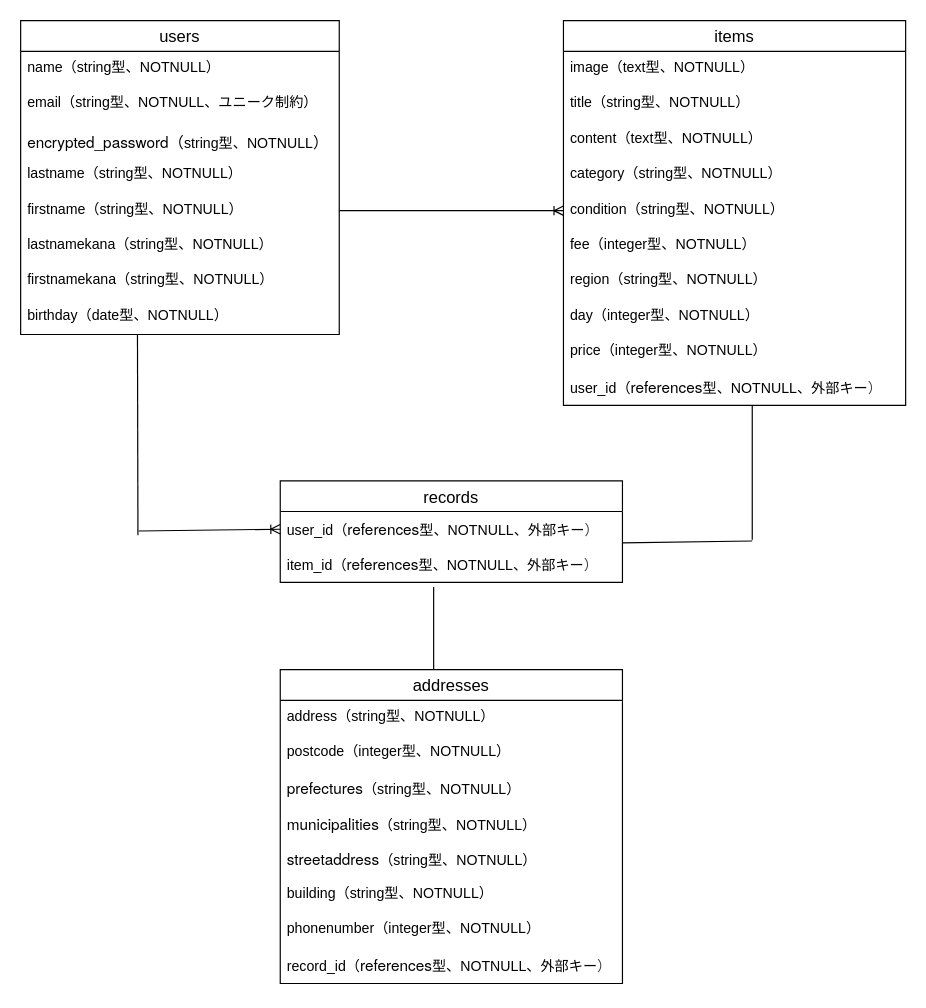
Earlier version of the draw.io diagram database.dio (ibukiku0309/furima-46343). Source tidied: cells renumbered, new cells numbered last; positions are measured from the earlier drawing's top-left corner, leaving out a move shared by most shapes. Both pictures are drawn from the tidied source at 118%, with x=0, y=0 at pixel (20, 20).
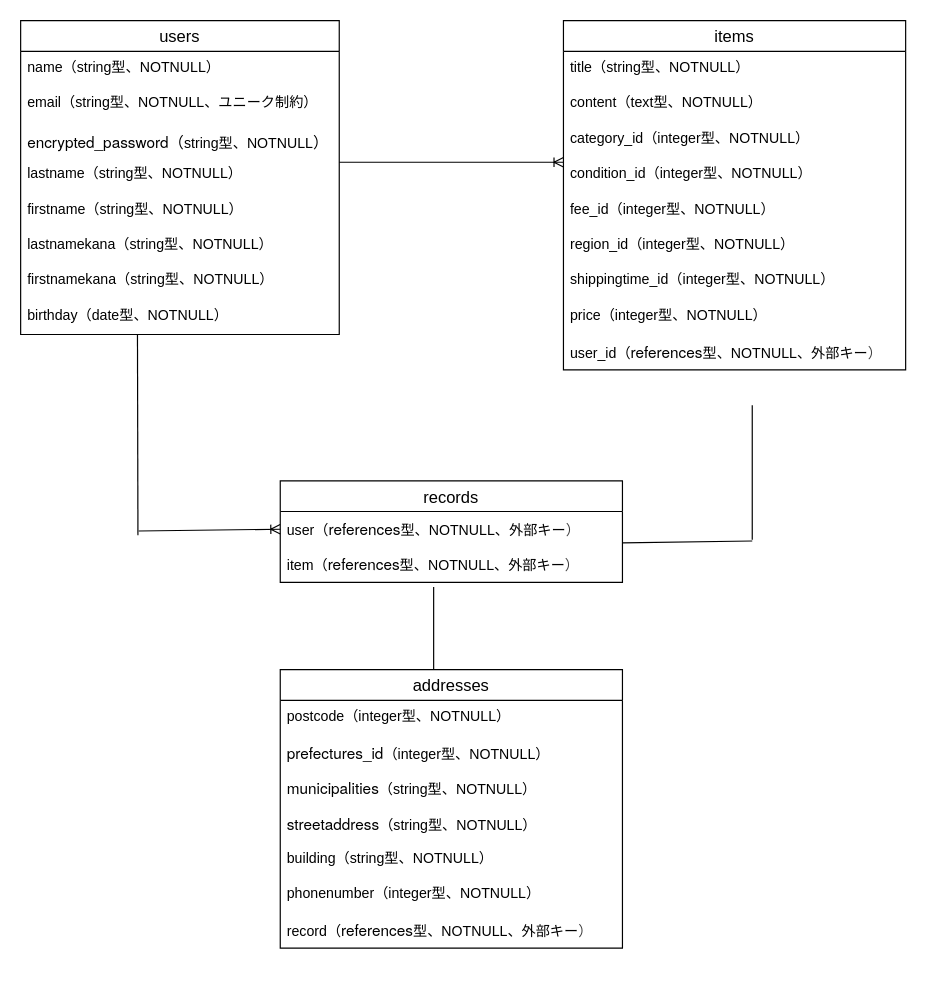
The same diagram, later.

Unchanged cells that the change refers to:
```xml
<mxCell id="7" value="firstname（&lt;span style=&quot;color: rgb(0, 0, 0);&quot;&gt;string型、NOTNULL&lt;/span&gt;）" style="text;strokeColor=none;fillColor=none;spacingLeft=4;spacingRight=4;overflow=hidden;points=[[0,0.5],[1,0.5]];portConstraint=eastwest;fontSize=12;whiteSpace=wrap;html=1;" parent="2" vertex="1">
  <mxGeometry y="146" width="270" height="30" as="geometry" />
</mxCell>
<mxCell id="22" value="records" style="swimlane;fontStyle=0;horizontal=1;startSize=26;align=center;fontSize=14;" parent="1" vertex="1">
  <mxGeometry x="220" y="390" width="290" height="86" as="geometry" />
</mxCell>
```

Diff of the diagram source:
```diff
@@
     <mxCell id="11" value="items" style="swimlane;fontStyle=0;horizontal=1;startSize=26;align=center;fontSize=14;" parent="1" vertex="1">
-      <mxGeometry x="460" width="290" height="326" as="geometry" />
+      <mxGeometry x="460" width="290" height="296" as="geometry" />
     </mxCell>
-    <mxCell id="12" value="image（text型&lt;span style=&quot;color: rgb(0, 0, 0);&quot;&gt;、NOTNULL&lt;/span&gt;）" style="text;strokeColor=none;fillColor=none;spacingLeft=4;spacingRight=4;overflow=hidden;fontSize=12;whiteSpace=wrap;html=1;" parent="11" vertex="1">
-      <mxGeometry y="26" width="290" height="30" as="geometry" />
-    </mxCell>
     <mxCell id="13" value="title（&lt;span style=&quot;color: rgb(0, 0, 0);&quot;&gt;string型、NOTNULL&lt;/span&gt;）" style="text;strokeColor=none;fillColor=none;spacingLeft=4;spacingRight=4;overflow=hidden;fontSize=12;whiteSpace=wrap;html=1;" parent="11" vertex="1">
-      <mxGeometry y="56" width="290" height="30" as="geometry" />
+      <mxGeometry y="26" width="290" height="30" as="geometry" />
     </mxCell>
     <mxCell id="14" value="content（&lt;span style=&quot;color: rgb(0, 0, 0);&quot;&gt;text型&lt;/span&gt;&lt;span style=&quot;scrollbar-color: rgb(226, 226, 226) rgb(251, 251, 251); color: rgb(0, 0, 0);&quot;&gt;、NOTNULL&lt;/span&gt;）" style="text;strokeColor=none;fillColor=none;spacingLeft=4;spacingRight=4;overflow=hidden;fontSize=12;whiteSpace=wrap;html=1;" parent="11" vertex="1">
-      <mxGeometry y="86" width="290" height="30" as="geometry" />
+      <mxGeometry y="56" width="290" height="30" as="geometry" />
     </mxCell>
-    <mxCell id="15" value="category（&lt;span style=&quot;color: rgb(0, 0, 0);&quot;&gt;string型、NOTNULL&lt;/span&gt;）" style="text;strokeColor=none;fillColor=none;spacingLeft=4;spacingRight=4;overflow=hidden;fontSize=12;whiteSpace=wrap;html=1;" parent="11" vertex="1">
-      <mxGeometry y="116" width="290" height="30" as="geometry" />
+    <mxCell id="15" value="category_id（&lt;span style=&quot;color: rgb(0, 0, 0);&quot;&gt;&lt;span style=&quot;color: rgb(0, 0, 0);&quot;&gt;integer&lt;/span&gt;&lt;span style=&quot;scrollbar-color: rgb(226, 226, 226) rgb(251, 251, 251); color: rgb(0, 0, 0);&quot;&gt;型&lt;/span&gt;、NOTNULL&lt;/span&gt;）" style="text;strokeColor=none;fillColor=none;spacingLeft=4;spacingRight=4;overflow=hidden;fontSize=12;whiteSpace=wrap;html=1;" parent="11" vertex="1">
+      <mxGeometry y="86" width="290" height="30" as="geometry" />
     </mxCell>
-    <mxCell id="16" value="condition（&lt;span style=&quot;color: rgb(0, 0, 0);&quot;&gt;string型、NOTNULL&lt;/span&gt;）" style="text;strokeColor=none;fillColor=none;spacingLeft=4;spacingRight=4;overflow=hidden;points=[[0,0.5],[1,0.5]];portConstraint=eastwest;fontSize=12;whiteSpace=wrap;html=1;" parent="11" vertex="1">
-      <mxGeometry y="146" width="290" height="30" as="geometry" />
+    <mxCell id="16" value="condition_id（&lt;span style=&quot;color: rgb(0, 0, 0);&quot;&gt;&lt;span style=&quot;color: rgb(0, 0, 0);&quot;&gt;integer&lt;/span&gt;&lt;span style=&quot;scrollbar-color: rgb(226, 226, 226) rgb(251, 251, 251); color: rgb(0, 0, 0);&quot;&gt;型&lt;/span&gt;、NOTNULL&lt;/span&gt;）" style="text;strokeColor=none;fillColor=none;spacingLeft=4;spacingRight=4;overflow=hidden;points=[[0,0.5],[1,0.5]];portConstraint=eastwest;fontSize=12;whiteSpace=wrap;html=1;" parent="11" vertex="1">
+      <mxGeometry y="116" width="290" height="30" as="geometry" />
     </mxCell>
-    <mxCell id="17" value="fee（integer&lt;span style=&quot;color: rgb(0, 0, 0);&quot;&gt;型、NOTNULL&lt;/span&gt;）" style="text;strokeColor=none;fillColor=none;spacingLeft=4;spacingRight=4;overflow=hidden;fontSize=12;whiteSpace=wrap;html=1;" parent="11" vertex="1">
-      <mxGeometry y="176" width="290" height="30" as="geometry" />
+    <mxCell id="17" value="fee_id（integer&lt;span style=&quot;color: rgb(0, 0, 0);&quot;&gt;型、NOTNULL&lt;/span&gt;）" style="text;strokeColor=none;fillColor=none;spacingLeft=4;spacingRight=4;overflow=hidden;fontSize=12;whiteSpace=wrap;html=1;" parent="11" vertex="1">
+      <mxGeometry y="146" width="290" height="30" as="geometry" />
     </mxCell>
-    <mxCell id="18" value="region（&lt;span style=&quot;color: rgb(0, 0, 0);&quot;&gt;string型、NOTNULL&lt;/span&gt;）" style="text;strokeColor=none;fillColor=none;spacingLeft=4;spacingRight=4;overflow=hidden;fontSize=12;whiteSpace=wrap;html=1;" parent="11" vertex="1">
-      <mxGeometry y="206" width="290" height="30" as="geometry" />
+    <mxCell id="18" value="region_id（&lt;span style=&quot;color: rgb(0, 0, 0);&quot;&gt;&lt;span style=&quot;color: rgb(0, 0, 0);&quot;&gt;integer&lt;/span&gt;&lt;span style=&quot;scrollbar-color: rgb(226, 226, 226) rgb(251, 251, 251); color: rgb(0, 0, 0);&quot;&gt;型&lt;/span&gt;、NOTNULL&lt;/span&gt;）" style="text;strokeColor=none;fillColor=none;spacingLeft=4;spacingRight=4;overflow=hidden;fontSize=12;whiteSpace=wrap;html=1;" parent="11" vertex="1">
+      <mxGeometry y="176" width="290" height="30" as="geometry" />
     </mxCell>
-    <mxCell id="19" value="day（integer&lt;span style=&quot;color: rgb(0, 0, 0);&quot;&gt;型、NOTNULL&lt;/span&gt;）" style="text;strokeColor=none;fillColor=none;spacingLeft=4;spacingRight=4;overflow=hidden;fontSize=12;whiteSpace=wrap;html=1;" parent="11" vertex="1">
-      <mxGeometry y="236" width="290" height="30" as="geometry" />
+    <mxCell id="19" value="shippingtime_id（&lt;span style=&quot;color: rgb(0, 0, 0);&quot;&gt;&lt;span style=&quot;color: rgb(0, 0, 0);&quot;&gt;integer&lt;/span&gt;&lt;span style=&quot;scrollbar-color: rgb(226, 226, 226) rgb(251, 251, 251); color: rgb(0, 0, 0);&quot;&gt;型&lt;/span&gt;、NOTNULL&lt;/span&gt;）" style="text;strokeColor=none;fillColor=none;spacingLeft=4;spacingRight=4;overflow=hidden;fontSize=12;whiteSpace=wrap;html=1;" parent="11" vertex="1">
+      <mxGeometry y="206" width="290" height="30" as="geometry" />
     </mxCell>
     <mxCell id="20" value="price（integer&lt;span style=&quot;color: rgb(0, 0, 0);&quot;&gt;型、NOTNULL&lt;/span&gt;）" style="text;strokeColor=none;fillColor=none;spacingLeft=4;spacingRight=4;overflow=hidden;fontSize=12;whiteSpace=wrap;html=1;" parent="11" vertex="1">
-      <mxGeometry y="266" width="290" height="30" as="geometry" />
+      <mxGeometry y="236" width="290" height="30" as="geometry" />
     </mxCell>
     <mxCell id="21" value="user_id（&lt;span style=&quot;color: rgb(0, 0, 0); font-family: &amp;quot;Helvetica Neue&amp;quot;; font-size: 13px; background-color: transparent;&quot;&gt;references&lt;/span&gt;&lt;span style=&quot;background-color: transparent; color: rgb(0, 0, 0);&quot;&gt;型、NOTNULL、外部キー&lt;/span&gt;&lt;span style=&quot;background-color: transparent; color: rgb(63, 63, 63);&quot;&gt;）&lt;/span&gt;" style="text;strokeColor=none;fillColor=none;spacingLeft=4;spacingRight=4;overflow=hidden;fontSize=12;whiteSpace=wrap;html=1;" parent="11" vertex="1">
-      <mxGeometry y="296" width="290" height="30" as="geometry" />
+      <mxGeometry y="266" width="290" height="30" as="geometry" />
     </mxCell>
@@
-    <mxCell id="23" value="&lt;span style=&quot;color: rgb(0, 0, 0);&quot;&gt;user_id（&lt;/span&gt;&lt;span style=&quot;scrollbar-color: rgb(226, 226, 226) rgb(251, 251, 251); background-color: transparent; font-family: &amp;quot;Helvetica Neue&amp;quot;; font-size: 13px; color: rgb(0, 0, 0);&quot;&gt;references&lt;/span&gt;&lt;span style=&quot;scrollbar-color: rgb(226, 226, 226) rgb(251, 251, 251); background-color: transparent; color: rgb(0, 0, 0);&quot;&gt;型、NOTNULL、外部キー&lt;/span&gt;&lt;span style=&quot;scrollbar-color: rgb(226, 226, 226) rgb(251, 251, 251); background-color: transparent; color: rgb(63, 63, 63);&quot;&gt;）&lt;/span&gt;" style="text;strokeColor=none;fillColor=none;spacingLeft=4;spacingRight=4;overflow=hidden;points=[[0,0.5],[1,0.5]];portConstraint=eastwest;fontSize=12;whiteSpace=wrap;html=1;" parent="22" vertex="1">
+    <mxCell id="23" value="&lt;span style=&quot;color: rgb(0, 0, 0);&quot;&gt;user（&lt;/span&gt;&lt;span style=&quot;scrollbar-color: rgb(226, 226, 226) rgb(251, 251, 251); background-color: transparent; font-family: &amp;quot;Helvetica Neue&amp;quot;; font-size: 13px; color: rgb(0, 0, 0);&quot;&gt;references&lt;/span&gt;&lt;span style=&quot;scrollbar-color: rgb(226, 226, 226) rgb(251, 251, 251); background-color: transparent; color: rgb(0, 0, 0);&quot;&gt;型、NOTNULL、外部キー&lt;/span&gt;&lt;span style=&quot;scrollbar-color: rgb(226, 226, 226) rgb(251, 251, 251); background-color: transparent; color: rgb(63, 63, 63);&quot;&gt;）&lt;/span&gt;" style="text;strokeColor=none;fillColor=none;spacingLeft=4;spacingRight=4;overflow=hidden;points=[[0,0.5],[1,0.5]];portConstraint=eastwest;fontSize=12;whiteSpace=wrap;html=1;" parent="22" vertex="1">
       <mxGeometry y="26" width="290" height="30" as="geometry" />
     </mxCell>
-    <mxCell id="24" value="&lt;span style=&quot;color: rgb(0, 0, 0);&quot;&gt;item_id（&lt;/span&gt;&lt;span style=&quot;scrollbar-color: rgb(226, 226, 226) rgb(251, 251, 251); background-color: transparent; font-family: &amp;quot;Helvetica Neue&amp;quot;; font-size: 13px; color: rgb(0, 0, 0);&quot;&gt;references&lt;/span&gt;&lt;span style=&quot;scrollbar-color: rgb(226, 226, 226) rgb(251, 251, 251); background-color: transparent; color: rgb(0, 0, 0);&quot;&gt;型、NOTNULL、外部キー&lt;/span&gt;&lt;span style=&quot;scrollbar-color: rgb(226, 226, 226) rgb(251, 251, 251); background-color: transparent; color: rgb(63, 63, 63);&quot;&gt;）&lt;/span&gt;" style="text;strokeColor=none;fillColor=none;spacingLeft=4;spacingRight=4;overflow=hidden;fontSize=12;whiteSpace=wrap;html=1;" parent="22" vertex="1">
+    <mxCell id="24" value="&lt;span style=&quot;color: rgb(0, 0, 0);&quot;&gt;item（&lt;/span&gt;&lt;span style=&quot;scrollbar-color: rgb(226, 226, 226) rgb(251, 251, 251); background-color: transparent; font-family: &amp;quot;Helvetica Neue&amp;quot;; font-size: 13px; color: rgb(0, 0, 0);&quot;&gt;references&lt;/span&gt;&lt;span style=&quot;scrollbar-color: rgb(226, 226, 226) rgb(251, 251, 251); background-color: transparent; color: rgb(0, 0, 0);&quot;&gt;型、NOTNULL、外部キー&lt;/span&gt;&lt;span style=&quot;scrollbar-color: rgb(226, 226, 226) rgb(251, 251, 251); background-color: transparent; color: rgb(63, 63, 63);&quot;&gt;）&lt;/span&gt;" style="text;strokeColor=none;fillColor=none;spacingLeft=4;spacingRight=4;overflow=hidden;fontSize=12;whiteSpace=wrap;html=1;" parent="22" vertex="1">
       <mxGeometry y="56" width="290" height="30" as="geometry" />
     </mxCell>
     <mxCell id="25" value="addresses" style="swimlane;fontStyle=0;horizontal=1;startSize=26;align=center;fontSize=14;" parent="1" vertex="1">
-      <mxGeometry x="220" y="550" width="290" height="266" as="geometry" />
+      <mxGeometry x="220" y="550" width="290" height="236" as="geometry" />
     </mxCell>
-    <mxCell id="26" value="&lt;span style=&quot;color: rgb(0, 0, 0);&quot;&gt;address（&lt;/span&gt;&lt;span style=&quot;scrollbar-color: rgb(226, 226, 226) rgb(251, 251, 251); color: rgb(0, 0, 0);&quot;&gt;string型、NOTNULL&lt;/span&gt;&lt;span style=&quot;color: rgb(0, 0, 0);&quot;&gt;）&lt;/span&gt;" style="text;strokeColor=none;fillColor=none;spacingLeft=4;spacingRight=4;overflow=hidden;fontSize=12;whiteSpace=wrap;html=1;" parent="25" vertex="1">
-      <mxGeometry y="26" width="290" height="30" as="geometry" />
-    </mxCell>
     <mxCell id="27" value="&lt;span style=&quot;color: rgb(0, 0, 0);&quot;&gt;postcode（integer&lt;/span&gt;&lt;span style=&quot;scrollbar-color: rgb(226, 226, 226) rgb(251, 251, 251); color: rgb(0, 0, 0);&quot;&gt;型、NOTNULL&lt;/span&gt;&lt;span style=&quot;color: rgb(0, 0, 0);&quot;&gt;）&lt;/span&gt;" style="text;strokeColor=none;fillColor=none;spacingLeft=4;spacingRight=4;overflow=hidden;fontSize=12;whiteSpace=wrap;html=1;" parent="25" vertex="1">
-      <mxGeometry y="56" width="290" height="30" as="geometry" />
+      <mxGeometry y="26" width="290" height="30" as="geometry" />
     </mxCell>
-    <mxCell id="28" value="&lt;span style=&quot;color: rgb(0, 0, 0);&quot;&gt;&lt;span style=&quot;color: rgb(0, 0, 0); font-family: &amp;quot;Helvetica Neue&amp;quot;; font-size: 13px; background-color: transparent;&quot;&gt;prefectures&lt;/span&gt;（&lt;/span&gt;&lt;span style=&quot;scrollbar-color: rgb(226, 226, 226) rgb(251, 251, 251); color: rgb(0, 0, 0);&quot;&gt;string型、NOTNULL&lt;/span&gt;&lt;span style=&quot;color: rgb(0, 0, 0);&quot;&gt;）&lt;/span&gt;" style="text;strokeColor=none;fillColor=none;spacingLeft=4;spacingRight=4;overflow=hidden;fontSize=12;whiteSpace=wrap;html=1;" parent="25" vertex="1">
-      <mxGeometry y="86" width="290" height="30" as="geometry" />
+    <mxCell id="28" value="&lt;span style=&quot;color: rgb(0, 0, 0);&quot;&gt;&lt;span style=&quot;color: rgb(0, 0, 0); font-family: &amp;quot;Helvetica Neue&amp;quot;; font-size: 13px; background-color: transparent;&quot;&gt;prefectures_id&lt;/span&gt;（&lt;/span&gt;&lt;span style=&quot;scrollbar-color: rgb(226, 226, 226) rgb(251, 251, 251); color: rgb(0, 0, 0);&quot;&gt;&lt;span style=&quot;color: rgb(0, 0, 0);&quot;&gt;integer&lt;/span&gt;&lt;span style=&quot;scrollbar-color: rgb(226, 226, 226) rgb(251, 251, 251); color: rgb(0, 0, 0);&quot;&gt;型&lt;/span&gt;、NOTNULL&lt;/span&gt;&lt;span style=&quot;color: rgb(0, 0, 0);&quot;&gt;）&lt;/span&gt;" style="text;strokeColor=none;fillColor=none;spacingLeft=4;spacingRight=4;overflow=hidden;fontSize=12;whiteSpace=wrap;html=1;" parent="25" vertex="1">
+      <mxGeometry y="56" width="290" height="30" as="geometry" />
     </mxCell>
     <mxCell id="29" value="&lt;span style=&quot;color: rgb(0, 0, 0);&quot;&gt;&lt;span style=&quot;color: rgb(0, 0, 0); font-family: &amp;quot;Helvetica Neue&amp;quot;; font-size: 13px; background-color: transparent;&quot;&gt;municipalities&lt;/span&gt;（&lt;/span&gt;&lt;span style=&quot;scrollbar-color: rgb(226, 226, 226) rgb(251, 251, 251); color: rgb(0, 0, 0);&quot;&gt;string型、NOTNULL&lt;/span&gt;&lt;span style=&quot;color: rgb(0, 0, 0);&quot;&gt;）&lt;/span&gt;" style="text;strokeColor=none;fillColor=none;spacingLeft=4;spacingRight=4;overflow=hidden;fontSize=12;whiteSpace=wrap;html=1;" parent="25" vertex="1">
-      <mxGeometry y="116" width="290" height="30" as="geometry" />
+      <mxGeometry y="86" width="290" height="30" as="geometry" />
     </mxCell>
     <mxCell id="30" value="&lt;span style=&quot;color: rgb(0, 0, 0);&quot;&gt;&lt;span style=&quot;color: rgb(0, 0, 0); font-family: &amp;quot;Helvetica Neue&amp;quot;; font-size: 13px; background-color: transparent;&quot;&gt;streetaddress&lt;/span&gt;（&lt;/span&gt;&lt;span style=&quot;scrollbar-color: rgb(226, 226, 226) rgb(251, 251, 251); color: rgb(0, 0, 0);&quot;&gt;string型、NOTNULL&lt;/span&gt;&lt;span style=&quot;color: rgb(0, 0, 0);&quot;&gt;）&lt;/span&gt;" style="text;strokeColor=none;fillColor=none;spacingLeft=4;spacingRight=4;overflow=hidden;fontSize=12;whiteSpace=wrap;html=1;" parent="25" vertex="1">
-      <mxGeometry y="146" width="290" height="30" as="geometry" />
+      <mxGeometry y="116" width="290" height="30" as="geometry" />
     </mxCell>
     <mxCell id="31" value="&lt;span style=&quot;color: rgb(0, 0, 0);&quot;&gt;building（&lt;/span&gt;&lt;span style=&quot;scrollbar-color: rgb(226, 226, 226) rgb(251, 251, 251); color: rgb(0, 0, 0);&quot;&gt;string型、NOTNULL&lt;/span&gt;&lt;span style=&quot;color: rgb(0, 0, 0);&quot;&gt;）&lt;/span&gt;" style="text;strokeColor=none;fillColor=none;spacingLeft=4;spacingRight=4;overflow=hidden;fontSize=12;whiteSpace=wrap;html=1;" parent="25" vertex="1">
-      <mxGeometry y="176" width="290" height="30" as="geometry" />
+      <mxGeometry y="146" width="290" height="30" as="geometry" />
     </mxCell>
     <mxCell id="32" value="&lt;span style=&quot;color: rgb(0, 0, 0);&quot;&gt;phonenumber（integer&lt;/span&gt;&lt;span style=&quot;scrollbar-color: rgb(226, 226, 226) rgb(251, 251, 251); color: rgb(0, 0, 0);&quot;&gt;型、NOTNULL&lt;/span&gt;&lt;span style=&quot;color: rgb(0, 0, 0);&quot;&gt;）&lt;/span&gt;" style="text;strokeColor=none;fillColor=none;spacingLeft=4;spacingRight=4;overflow=hidden;fontSize=12;whiteSpace=wrap;html=1;" parent="25" vertex="1">
-      <mxGeometry y="206" width="290" height="30" as="geometry" />
+      <mxGeometry y="176" width="290" height="30" as="geometry" />
     </mxCell>
-    <mxCell id="33" value="&lt;span style=&quot;scrollbar-color: rgb(226, 226, 226) rgb(251, 251, 251); color: rgb(0, 0, 0);&quot;&gt;record_id（&lt;/span&gt;&lt;span style=&quot;scrollbar-color: rgb(226, 226, 226) rgb(251, 251, 251); background-color: transparent; font-family: &amp;quot;Helvetica Neue&amp;quot;; font-size: 13px; color: rgb(0, 0, 0);&quot;&gt;references&lt;/span&gt;&lt;span style=&quot;scrollbar-color: rgb(226, 226, 226) rgb(251, 251, 251); background-color: transparent; color: rgb(0, 0, 0);&quot;&gt;型、NOTNULL、外部キー&lt;/span&gt;&lt;span style=&quot;scrollbar-color: rgb(226, 226, 226) rgb(251, 251, 251); background-color: transparent; color: rgb(63, 63, 63);&quot;&gt;）&lt;/span&gt;" style="text;strokeColor=none;fillColor=none;spacingLeft=4;spacingRight=4;overflow=hidden;fontSize=12;whiteSpace=wrap;html=1;" parent="25" vertex="1">
-      <mxGeometry y="236" width="290" height="30" as="geometry" />
+    <mxCell id="33" value="&lt;span style=&quot;scrollbar-color: rgb(226, 226, 226) rgb(251, 251, 251); color: rgb(0, 0, 0);&quot;&gt;record（&lt;/span&gt;&lt;span style=&quot;scrollbar-color: rgb(226, 226, 226) rgb(251, 251, 251); background-color: transparent; font-family: &amp;quot;Helvetica Neue&amp;quot;; font-size: 13px; color: rgb(0, 0, 0);&quot;&gt;references&lt;/span&gt;&lt;span style=&quot;scrollbar-color: rgb(226, 226, 226) rgb(251, 251, 251); background-color: transparent; color: rgb(0, 0, 0);&quot;&gt;型、NOTNULL、外部キー&lt;/span&gt;&lt;span style=&quot;scrollbar-color: rgb(226, 226, 226) rgb(251, 251, 251); background-color: transparent; color: rgb(63, 63, 63);&quot;&gt;）&lt;/span&gt;" style="text;strokeColor=none;fillColor=none;spacingLeft=4;spacingRight=4;overflow=hidden;fontSize=12;whiteSpace=wrap;html=1;" parent="25" vertex="1">
+      <mxGeometry y="206" width="290" height="30" as="geometry" />
     </mxCell>
-    <mxCell id="34" style="edgeStyle=orthogonalEdgeStyle;html=1;exitX=1;exitY=0.5;exitDx=0;exitDy=0;entryX=0;entryY=0.5;entryDx=0;entryDy=0;endArrow=ERoneToMany;endFill=0;" parent="1" edge="1" source="7" target="16">
-      <mxGeometry relative="1" as="geometry" />
+    <mxCell id="34" style="edgeStyle=orthogonalEdgeStyle;html=1;exitX=1;exitY=0.5;exitDx=0;exitDy=0;entryX=0;entryY=0.5;entryDx=0;entryDy=0;endArrow=ERoneToMany;endFill=0;" parent="1" edge="1">
+      <mxGeometry relative="1" as="geometry">
+        <mxPoint x="270" y="120" as="sourcePoint" />
+        <mxPoint x="460" y="120" as="targetPoint" />
+      </mxGeometry>
     </mxCell>
```
